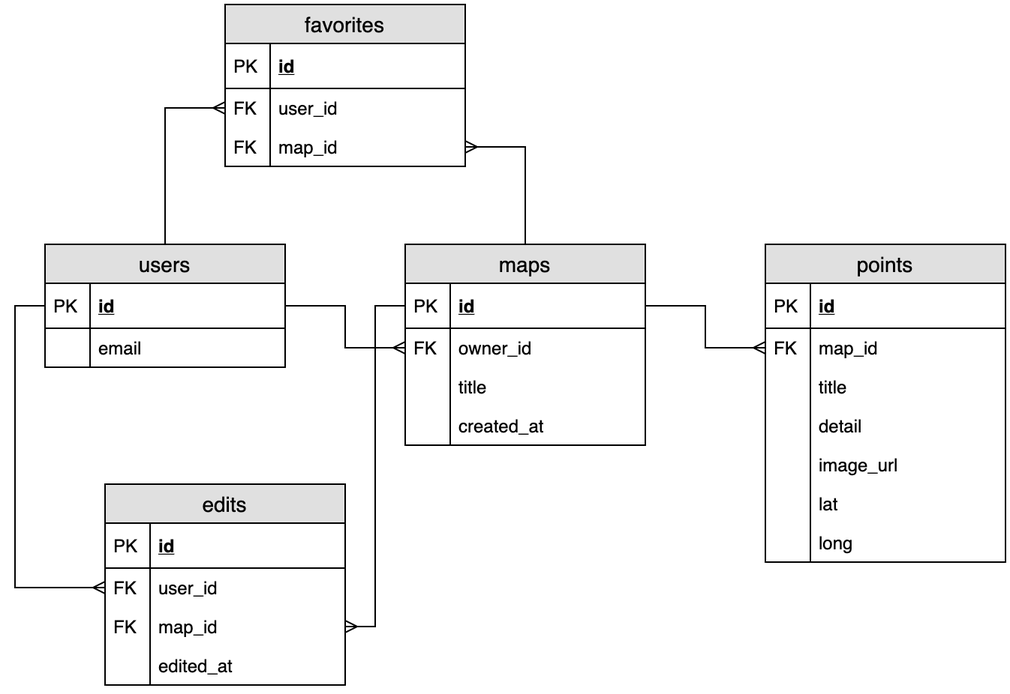
Earlier version of the draw.io export docs/wiki_maps_erd.png (eina/lhl-wiki-map). Source tidied: cells renumbered, new cells last; positions are measured from the earlier drawing's top-left corner, leaving out a move shared by most shapes. Its diagram source:
```xml
<mxGraphModel>
  <root>
    <mxCell id="0" />
    <mxCell id="1" parent="0" />
    <mxCell id="2" style="edgeStyle=orthogonalEdgeStyle;rounded=0;jettySize=auto;html=1;endArrow=ERmany;endFill=0;" parent="1" edge="1" source="3" target="36">
      <mxGeometry relative="1" as="geometry" />
    </mxCell>
    <mxCell id="3" value="users" style="swimlane;fontStyle=0;horizontal=1;startSize=26;fillColor=#e0e0e0;swimlaneFillColor=#ffffff;align=center;fontSize=14;" parent="1" vertex="1">
      <mxGeometry y="160" width="160" height="82" as="geometry" />
    </mxCell>
    <mxCell id="4" value="id" style="shape=partialRectangle;top=0;left=0;right=0;bottom=1;align=left;verticalAlign=middle;fillColor=none;spacingLeft=34;spacingRight=4;overflow=hidden;points=[[0,0.5],[1,0.5]];portConstraint=eastwest;fontStyle=5;fontSize=12;" parent="3" vertex="1">
      <mxGeometry y="26" width="160" height="30" as="geometry" />
    </mxCell>
    <mxCell id="5" value="PK" style="shape=partialRectangle;top=0;left=0;bottom=0;fillColor=none;align=left;verticalAlign=middle;spacingLeft=4;spacingRight=4;overflow=hidden;fontSize=12;" parent="4" vertex="1">
      <mxGeometry width="30" height="30" as="geometry" />
    </mxCell>
    <mxCell id="6" value="email" style="shape=partialRectangle;top=0;left=0;right=0;bottom=0;align=left;verticalAlign=top;fillColor=none;spacingLeft=34;spacingRight=4;overflow=hidden;fontSize=12;" parent="3" vertex="1">
      <mxGeometry y="56" width="160" height="26" as="geometry" />
    </mxCell>
    <mxCell id="7" style="shape=partialRectangle;top=0;left=0;bottom=0;fillColor=none;align=left;verticalAlign=top;spacingLeft=4;spacingRight=4;overflow=hidden;fontSize=12;" parent="6" vertex="1">
      <mxGeometry width="30" height="26" as="geometry" />
    </mxCell>
    <mxCell id="8" style="edgeStyle=orthogonalEdgeStyle;rounded=0;jettySize=auto;html=1;endArrow=ERmany;endFill=0;" parent="1" edge="1" source="9" target="38">
      <mxGeometry relative="1" as="geometry" />
    </mxCell>
    <mxCell id="9" value="maps" style="swimlane;fontStyle=0;horizontal=1;startSize=26;fillColor=#e0e0e0;swimlaneFillColor=#ffffff;align=center;fontSize=14;" parent="1" vertex="1">
      <mxGeometry x="240" y="160" width="160" height="134" as="geometry" />
    </mxCell>
    <mxCell id="10" value="id" style="shape=partialRectangle;top=0;left=0;right=0;bottom=1;align=left;verticalAlign=middle;fillColor=none;spacingLeft=34;spacingRight=4;overflow=hidden;points=[[0,0.5],[1,0.5]];portConstraint=eastwest;fontStyle=5;fontSize=12;" parent="9" vertex="1">
      <mxGeometry y="26" width="160" height="30" as="geometry" />
    </mxCell>
    <mxCell id="11" value="PK" style="shape=partialRectangle;top=0;left=0;bottom=0;fillColor=none;align=left;verticalAlign=middle;spacingLeft=4;spacingRight=4;overflow=hidden;fontSize=12;" parent="10" vertex="1">
      <mxGeometry width="30" height="30" as="geometry" />
    </mxCell>
    <mxCell id="12" value="owner_id" style="shape=partialRectangle;top=0;left=0;right=0;bottom=0;align=left;verticalAlign=top;fillColor=none;spacingLeft=34;spacingRight=4;overflow=hidden;points=[[0,0.5],[1,0.5]];portConstraint=eastwest;fontSize=12;" parent="9" vertex="1">
      <mxGeometry y="56" width="160" height="26" as="geometry" />
    </mxCell>
    <mxCell id="13" value="FK" style="shape=partialRectangle;top=0;left=0;bottom=0;fillColor=none;align=left;verticalAlign=top;spacingLeft=4;spacingRight=4;overflow=hidden;fontSize=12;" parent="12" vertex="1">
      <mxGeometry width="30" height="26" as="geometry" />
    </mxCell>
    <mxCell id="14" value="title" style="shape=partialRectangle;top=0;left=0;right=0;bottom=0;align=left;verticalAlign=top;fillColor=none;spacingLeft=34;spacingRight=4;overflow=hidden;fontSize=12;" parent="9" vertex="1">
      <mxGeometry y="82" width="160" height="26" as="geometry" />
    </mxCell>
    <mxCell id="15" style="shape=partialRectangle;top=0;left=0;bottom=0;fillColor=none;align=left;verticalAlign=top;spacingLeft=4;spacingRight=4;overflow=hidden;fontSize=12;" parent="14" vertex="1">
      <mxGeometry width="30" height="26" as="geometry" />
    </mxCell>
    <mxCell id="16" value="created_at" style="shape=partialRectangle;top=0;left=0;right=0;bottom=0;align=left;verticalAlign=top;fillColor=none;spacingLeft=34;spacingRight=4;overflow=hidden;fontSize=12;" parent="9" vertex="1">
      <mxGeometry y="108" width="160" height="26" as="geometry" />
    </mxCell>
    <mxCell id="17" style="shape=partialRectangle;top=0;left=0;bottom=0;fillColor=none;align=left;verticalAlign=top;spacingLeft=4;spacingRight=4;overflow=hidden;fontSize=12;" parent="16" vertex="1">
      <mxGeometry width="30" height="26" as="geometry" />
    </mxCell>
    <mxCell id="18" value="points" style="swimlane;fontStyle=0;horizontal=1;startSize=26;fillColor=#e0e0e0;swimlaneFillColor=#ffffff;align=center;fontSize=14;" parent="1" vertex="1">
      <mxGeometry x="480" y="160" width="160" height="212" as="geometry" />
    </mxCell>
    <mxCell id="19" value="id" style="shape=partialRectangle;top=0;left=0;right=0;bottom=1;align=left;verticalAlign=middle;fillColor=none;spacingLeft=34;spacingRight=4;overflow=hidden;fontStyle=5;fontSize=12;" parent="18" vertex="1">
      <mxGeometry y="26" width="160" height="30" as="geometry" />
    </mxCell>
    <mxCell id="20" value="PK" style="shape=partialRectangle;top=0;left=0;bottom=0;fillColor=none;align=left;verticalAlign=middle;spacingLeft=4;spacingRight=4;overflow=hidden;fontSize=12;" parent="19" vertex="1">
      <mxGeometry width="30" height="30" as="geometry" />
    </mxCell>
    <mxCell id="21" value="map_id" style="shape=partialRectangle;top=0;left=0;right=0;bottom=0;align=left;verticalAlign=top;fillColor=none;spacingLeft=34;spacingRight=4;overflow=hidden;points=[[0,0.5],[1,0.5]];portConstraint=eastwest;fontSize=12;" parent="18" vertex="1">
      <mxGeometry y="56" width="160" height="26" as="geometry" />
    </mxCell>
    <mxCell id="22" value="FK" style="shape=partialRectangle;top=0;left=0;bottom=0;fillColor=none;align=left;verticalAlign=top;spacingLeft=4;spacingRight=4;overflow=hidden;fontSize=12;" parent="21" vertex="1">
      <mxGeometry width="30" height="26" as="geometry" />
    </mxCell>
    <mxCell id="23" value="title" style="shape=partialRectangle;top=0;left=0;right=0;bottom=0;align=left;verticalAlign=top;fillColor=none;spacingLeft=34;spacingRight=4;overflow=hidden;fontSize=12;" parent="18" vertex="1">
      <mxGeometry y="82" width="160" height="26" as="geometry" />
    </mxCell>
    <mxCell id="24" style="shape=partialRectangle;top=0;left=0;bottom=0;fillColor=none;align=left;verticalAlign=top;spacingLeft=4;spacingRight=4;overflow=hidden;fontSize=12;" parent="23" vertex="1">
      <mxGeometry width="30" height="26" as="geometry" />
    </mxCell>
    <mxCell id="25" value="detail" style="shape=partialRectangle;top=0;left=0;right=0;bottom=0;align=left;verticalAlign=top;fillColor=none;spacingLeft=34;spacingRight=4;overflow=hidden;fontSize=12;" parent="18" vertex="1">
      <mxGeometry y="108" width="160" height="26" as="geometry" />
    </mxCell>
    <mxCell id="26" style="shape=partialRectangle;top=0;left=0;bottom=0;fillColor=none;align=left;verticalAlign=top;spacingLeft=4;spacingRight=4;overflow=hidden;fontSize=12;" parent="25" vertex="1">
      <mxGeometry width="30" height="26" as="geometry" />
    </mxCell>
    <mxCell id="27" value="image_url" style="shape=partialRectangle;top=0;left=0;right=0;bottom=0;align=left;verticalAlign=top;fillColor=none;spacingLeft=34;spacingRight=4;overflow=hidden;fontSize=12;" parent="18" vertex="1">
      <mxGeometry y="134" width="160" height="26" as="geometry" />
    </mxCell>
    <mxCell id="28" style="shape=partialRectangle;top=0;left=0;bottom=0;fillColor=none;align=left;verticalAlign=top;spacingLeft=4;spacingRight=4;overflow=hidden;fontSize=12;" parent="27" vertex="1">
      <mxGeometry width="30" height="26" as="geometry" />
    </mxCell>
    <mxCell id="29" value="lat" style="shape=partialRectangle;top=0;left=0;right=0;bottom=0;align=left;verticalAlign=top;fillColor=none;spacingLeft=34;spacingRight=4;overflow=hidden;fontSize=12;" parent="18" vertex="1">
      <mxGeometry y="160" width="160" height="26" as="geometry" />
    </mxCell>
    <mxCell id="30" style="shape=partialRectangle;top=0;left=0;bottom=0;fillColor=none;align=left;verticalAlign=top;spacingLeft=4;spacingRight=4;overflow=hidden;fontSize=12;" parent="29" vertex="1">
      <mxGeometry width="30" height="26" as="geometry" />
    </mxCell>
    <mxCell id="31" value="long" style="shape=partialRectangle;top=0;left=0;right=0;bottom=0;align=left;verticalAlign=top;fillColor=none;spacingLeft=34;spacingRight=4;overflow=hidden;fontSize=12;" parent="18" vertex="1">
      <mxGeometry y="186" width="160" height="26" as="geometry" />
    </mxCell>
    <mxCell id="32" style="shape=partialRectangle;top=0;left=0;bottom=0;fillColor=none;align=left;verticalAlign=top;spacingLeft=4;spacingRight=4;overflow=hidden;fontSize=12;" parent="31" vertex="1">
      <mxGeometry width="30" height="26" as="geometry" />
    </mxCell>
    <mxCell id="33" value="favorites" style="swimlane;fontStyle=0;horizontal=1;startSize=26;fillColor=#e0e0e0;swimlaneFillColor=#ffffff;align=center;fontSize=14;" parent="1" vertex="1">
      <mxGeometry x="120" width="160" height="108" as="geometry" />
    </mxCell>
    <mxCell id="34" value="id" style="shape=partialRectangle;top=0;left=0;right=0;bottom=1;align=left;verticalAlign=middle;fillColor=none;spacingLeft=34;spacingRight=4;overflow=hidden;fontStyle=5;fontSize=12;" parent="33" vertex="1">
      <mxGeometry y="26" width="160" height="30" as="geometry" />
    </mxCell>
    <mxCell id="35" value="PK" style="shape=partialRectangle;top=0;left=0;bottom=0;fillColor=none;align=left;verticalAlign=middle;spacingLeft=4;spacingRight=4;overflow=hidden;fontSize=12;" parent="34" vertex="1">
      <mxGeometry width="30" height="30" as="geometry" />
    </mxCell>
    <mxCell id="36" value="user_id" style="shape=partialRectangle;top=0;left=0;right=0;bottom=0;align=left;verticalAlign=top;fillColor=none;spacingLeft=34;spacingRight=4;overflow=hidden;points=[[0,0.5],[1,0.5]];portConstraint=eastwest;fontSize=12;" parent="33" vertex="1">
      <mxGeometry y="56" width="160" height="26" as="geometry" />
    </mxCell>
    <mxCell id="37" value="FK" style="shape=partialRectangle;top=0;left=0;bottom=0;fillColor=none;align=left;verticalAlign=top;spacingLeft=4;spacingRight=4;overflow=hidden;fontSize=12;" parent="36" vertex="1">
      <mxGeometry width="30" height="26" as="geometry" />
    </mxCell>
    <mxCell id="38" value="map_id" style="shape=partialRectangle;top=0;left=0;right=0;bottom=0;align=left;verticalAlign=top;fillColor=none;spacingLeft=34;spacingRight=4;overflow=hidden;points=[[0,0.5],[1,0.5]];portConstraint=eastwest;fontSize=12;" parent="33" vertex="1">
      <mxGeometry y="82" width="160" height="26" as="geometry" />
    </mxCell>
    <mxCell id="39" value="FK" style="shape=partialRectangle;top=0;left=0;bottom=0;fillColor=none;align=left;verticalAlign=top;spacingLeft=4;spacingRight=4;overflow=hidden;fontSize=12;" parent="38" vertex="1">
      <mxGeometry width="30" height="26" as="geometry" />
    </mxCell>
    <mxCell id="40" style="edgeStyle=orthogonalEdgeStyle;rounded=0;jettySize=auto;html=1;endArrow=ERmany;endFill=0;" parent="1" edge="1" source="4" target="12">
      <mxGeometry relative="1" as="geometry" />
    </mxCell>
    <mxCell id="41" style="edgeStyle=orthogonalEdgeStyle;rounded=0;jettySize=auto;html=1;endArrow=ERmany;endFill=0;" parent="1" edge="1" source="10" target="21">
      <mxGeometry relative="1" as="geometry" />
    </mxCell>
    <mxCell id="42" value="edits" style="swimlane;fontStyle=0;horizontal=1;startSize=26;fillColor=#e0e0e0;swimlaneFillColor=#ffffff;align=center;fontSize=14;" parent="1" vertex="1">
      <mxGeometry x="40" y="320" width="160" height="134" as="geometry" />
    </mxCell>
    <mxCell id="43" value="id" style="shape=partialRectangle;top=0;left=0;right=0;bottom=1;align=left;verticalAlign=middle;fillColor=none;spacingLeft=34;spacingRight=4;overflow=hidden;fontStyle=5;fontSize=12;" parent="42" vertex="1">
      <mxGeometry y="26" width="160" height="30" as="geometry" />
    </mxCell>
    <mxCell id="44" value="PK" style="shape=partialRectangle;top=0;left=0;bottom=0;fillColor=none;align=left;verticalAlign=middle;spacingLeft=4;spacingRight=4;overflow=hidden;fontSize=12;" parent="43" vertex="1">
      <mxGeometry width="30" height="30" as="geometry" />
    </mxCell>
    <mxCell id="45" value="user_id" style="shape=partialRectangle;top=0;left=0;right=0;bottom=0;align=left;verticalAlign=top;fillColor=none;spacingLeft=34;spacingRight=4;overflow=hidden;points=[[0,0.5],[1,0.5]];portConstraint=eastwest;fontSize=12;" parent="42" vertex="1">
      <mxGeometry y="56" width="160" height="26" as="geometry" />
    </mxCell>
    <mxCell id="46" value="FK" style="shape=partialRectangle;top=0;left=0;bottom=0;fillColor=none;align=left;verticalAlign=top;spacingLeft=4;spacingRight=4;overflow=hidden;fontSize=12;" parent="45" vertex="1">
      <mxGeometry width="30" height="26" as="geometry" />
    </mxCell>
    <mxCell id="47" value="map_id" style="shape=partialRectangle;top=0;left=0;right=0;bottom=0;align=left;verticalAlign=top;fillColor=none;spacingLeft=34;spacingRight=4;overflow=hidden;points=[[0,0.5],[1,0.5]];portConstraint=eastwest;fontSize=12;" parent="42" vertex="1">
      <mxGeometry y="82" width="160" height="26" as="geometry" />
    </mxCell>
    <mxCell id="48" value="FK" style="shape=partialRectangle;top=0;left=0;bottom=0;fillColor=none;align=left;verticalAlign=top;spacingLeft=4;spacingRight=4;overflow=hidden;fontSize=12;" parent="47" vertex="1">
      <mxGeometry width="30" height="26" as="geometry" />
    </mxCell>
    <mxCell id="49" value="edited_at" style="shape=partialRectangle;top=0;left=0;right=0;bottom=0;align=left;verticalAlign=top;fillColor=none;spacingLeft=34;spacingRight=4;overflow=hidden;fontSize=12;" parent="42" vertex="1">
      <mxGeometry y="108" width="160" height="26" as="geometry" />
    </mxCell>
    <mxCell id="50" style="shape=partialRectangle;top=0;left=0;bottom=0;fillColor=none;align=left;verticalAlign=top;spacingLeft=4;spacingRight=4;overflow=hidden;fontSize=12;" parent="49" vertex="1">
      <mxGeometry width="30" height="26" as="geometry" />
    </mxCell>
    <mxCell id="51" style="edgeStyle=orthogonalEdgeStyle;rounded=0;jettySize=auto;html=1;endArrow=ERmany;endFill=0;" parent="1" edge="1" source="10" target="47">
      <mxGeometry relative="1" as="geometry" />
    </mxCell>
    <mxCell id="52" style="edgeStyle=orthogonalEdgeStyle;rounded=0;jettySize=auto;html=1;exitX=0;exitY=0.5;exitDx=0;exitDy=0;entryX=0;entryY=0.5;entryDx=0;entryDy=0;endArrow=ERmany;endFill=0;" parent="1" edge="1" source="4" target="45">
      <mxGeometry relative="1" as="geometry" />
    </mxCell>
  </root>
</mxGraphModel>
```
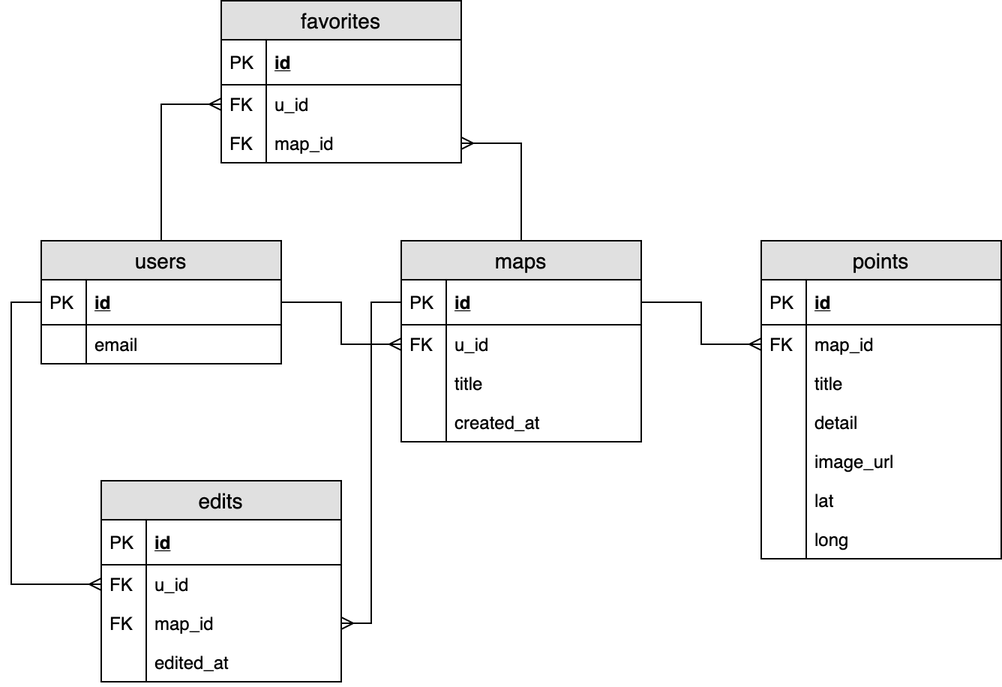
The same file after the commit.

Commit message:
Updat documentations

The edit, as a diff of the source:
```diff
@@ -32,7 +32,7 @@
     <mxCell id="11" value="PK" style="shape=partialRectangle;top=0;left=0;bottom=0;fillColor=none;align=left;verticalAlign=middle;spacingLeft=4;spacingRight=4;overflow=hidden;fontSize=12;" parent="10" vertex="1">
       <mxGeometry width="30" height="30" as="geometry" />
     </mxCell>
-    <mxCell id="12" value="owner_id" style="shape=partialRectangle;top=0;left=0;right=0;bottom=0;align=left;verticalAlign=top;fillColor=none;spacingLeft=34;spacingRight=4;overflow=hidden;points=[[0,0.5],[1,0.5]];portConstraint=eastwest;fontSize=12;" parent="9" vertex="1">
+    <mxCell id="12" value="u_id" style="shape=partialRectangle;top=0;left=0;right=0;bottom=0;align=left;verticalAlign=top;fillColor=none;spacingLeft=34;spacingRight=4;overflow=hidden;points=[[0,0.5],[1,0.5]];portConstraint=eastwest;fontSize=12;" parent="9" vertex="1">
       <mxGeometry y="56" width="160" height="26" as="geometry" />
     </mxCell>
     <mxCell id="13" value="FK" style="shape=partialRectangle;top=0;left=0;bottom=0;fillColor=none;align=left;verticalAlign=top;spacingLeft=4;spacingRight=4;overflow=hidden;fontSize=12;" parent="12" vertex="1">
@@ -104,7 +104,7 @@
     <mxCell id="35" value="PK" style="shape=partialRectangle;top=0;left=0;bottom=0;fillColor=none;align=left;verticalAlign=middle;spacingLeft=4;spacingRight=4;overflow=hidden;fontSize=12;" parent="34" vertex="1">
       <mxGeometry width="30" height="30" as="geometry" />
     </mxCell>
-    <mxCell id="36" value="user_id" style="shape=partialRectangle;top=0;left=0;right=0;bottom=0;align=left;verticalAlign=top;fillColor=none;spacingLeft=34;spacingRight=4;overflow=hidden;points=[[0,0.5],[1,0.5]];portConstraint=eastwest;fontSize=12;" parent="33" vertex="1">
+    <mxCell id="36" value="u_id" style="shape=partialRectangle;top=0;left=0;right=0;bottom=0;align=left;verticalAlign=top;fillColor=none;spacingLeft=34;spacingRight=4;overflow=hidden;points=[[0,0.5],[1,0.5]];portConstraint=eastwest;fontSize=12;" parent="33" vertex="1">
       <mxGeometry y="56" width="160" height="26" as="geometry" />
     </mxCell>
     <mxCell id="37" value="FK" style="shape=partialRectangle;top=0;left=0;bottom=0;fillColor=none;align=left;verticalAlign=top;spacingLeft=4;spacingRight=4;overflow=hidden;fontSize=12;" parent="36" vertex="1">
@@ -131,7 +131,7 @@
     <mxCell id="44" value="PK" style="shape=partialRectangle;top=0;left=0;bottom=0;fillColor=none;align=left;verticalAlign=middle;spacingLeft=4;spacingRight=4;overflow=hidden;fontSize=12;" parent="43" vertex="1">
       <mxGeometry width="30" height="30" as="geometry" />
     </mxCell>
-    <mxCell id="45" value="user_id" style="shape=partialRectangle;top=0;left=0;right=0;bottom=0;align=left;verticalAlign=top;fillColor=none;spacingLeft=34;spacingRight=4;overflow=hidden;points=[[0,0.5],[1,0.5]];portConstraint=eastwest;fontSize=12;" parent="42" vertex="1">
+    <mxCell id="45" value="u_id" style="shape=partialRectangle;top=0;left=0;right=0;bottom=0;align=left;verticalAlign=top;fillColor=none;spacingLeft=34;spacingRight=4;overflow=hidden;points=[[0,0.5],[1,0.5]];portConstraint=eastwest;fontSize=12;" parent="42" vertex="1">
       <mxGeometry y="56" width="160" height="26" as="geometry" />
     </mxCell>
     <mxCell id="46" value="FK" style="shape=partialRectangle;top=0;left=0;bottom=0;fillColor=none;align=left;verticalAlign=top;spacingLeft=4;spacingRight=4;overflow=hidden;fontSize=12;" parent="45" vertex="1">
```
